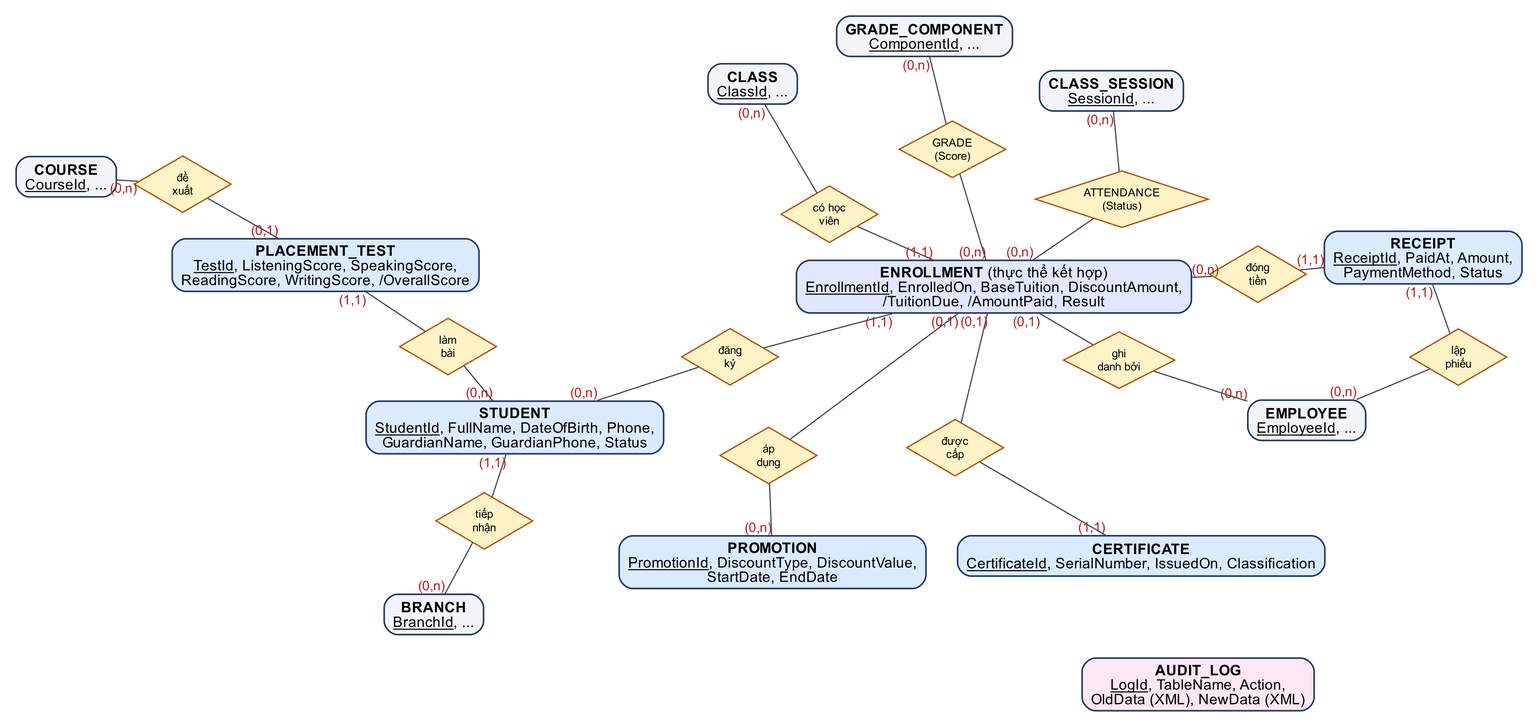
Before: docs/report/images/diagrams/erd_2_students_finance.png, a diagram exported from Graphviz (nhutruong-uit/imcp). Its source is kept beside it as docs/report/diagrams/erd_2_students_finance.dot.
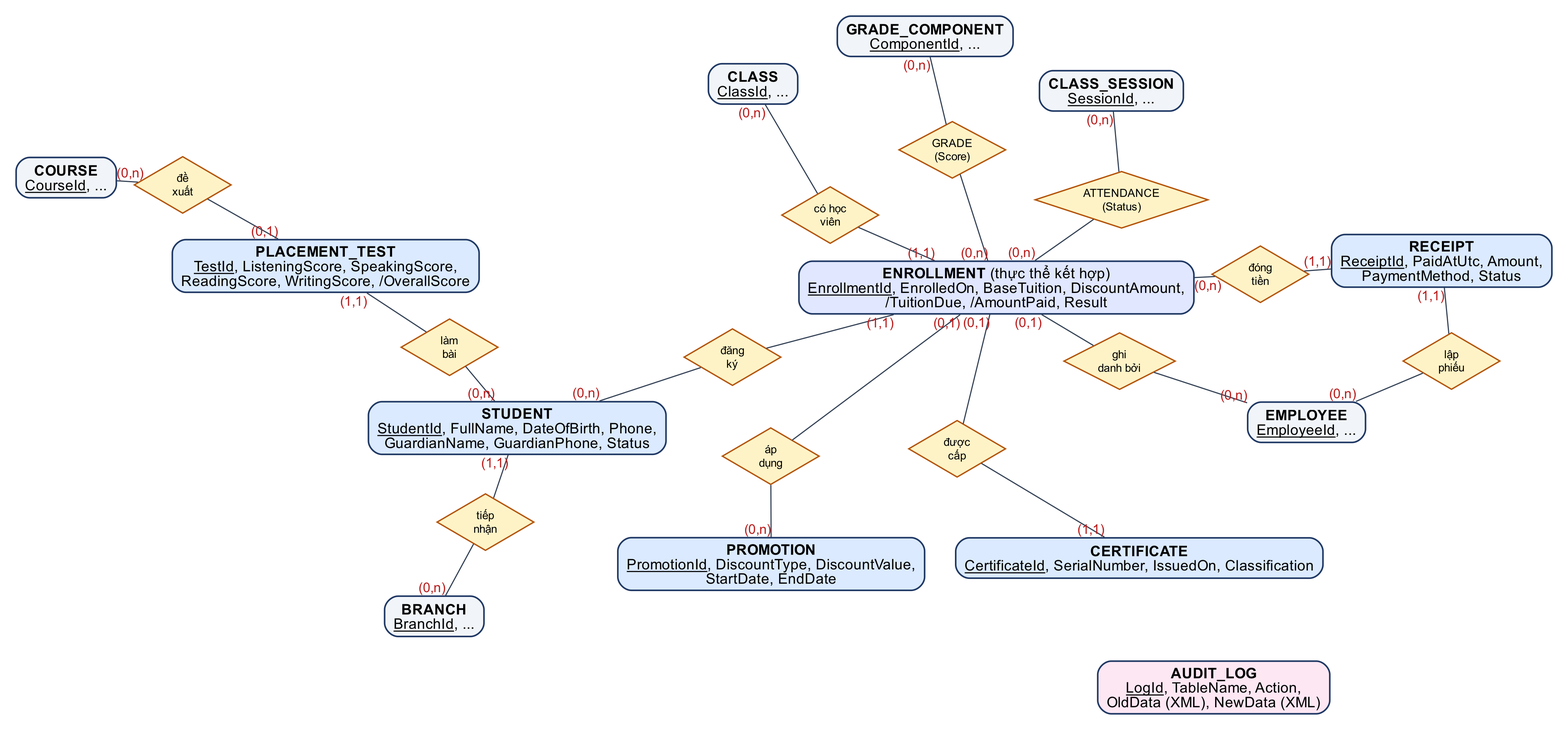
The same file after the commit.

The edit, as a diff of the source:
```diff
@@ -14,7 +14,7 @@
   EMPLOYEE [label=<<B>EMPLOYEE</B><BR/><U>EmployeeId</U>, ...>, fillcolor="#F1F5F9"];
   BRANCH [label=<<B>BRANCH</B><BR/><U>BranchId</U>, ...>, fillcolor="#F1F5F9"];
   PROMOTION [label=<<B>PROMOTION</B><BR/><U>PromotionId</U>, DiscountType, DiscountValue,<BR/>StartDate, EndDate>];
-  RECEIPT [label=<<B>RECEIPT</B><BR/><U>ReceiptId</U>, PaidAt, Amount,<BR/>PaymentMethod, Status>];
+  RECEIPT [label=<<B>RECEIPT</B><BR/><U>ReceiptId</U>, PaidAtUtc, Amount,<BR/>PaymentMethod, Status>];
   CERTIFICATE [label=<<B>CERTIFICATE</B><BR/><U>CertificateId</U>, SerialNumber, IssuedOn, Classification>];
   AUDIT_LOG [label=<<B>AUDIT_LOG</B><BR/><U>LogId</U>, TableName, Action,<BR/>OldData (XML), NewData (XML)>, fillcolor="#FCE7F3"];
 
```
